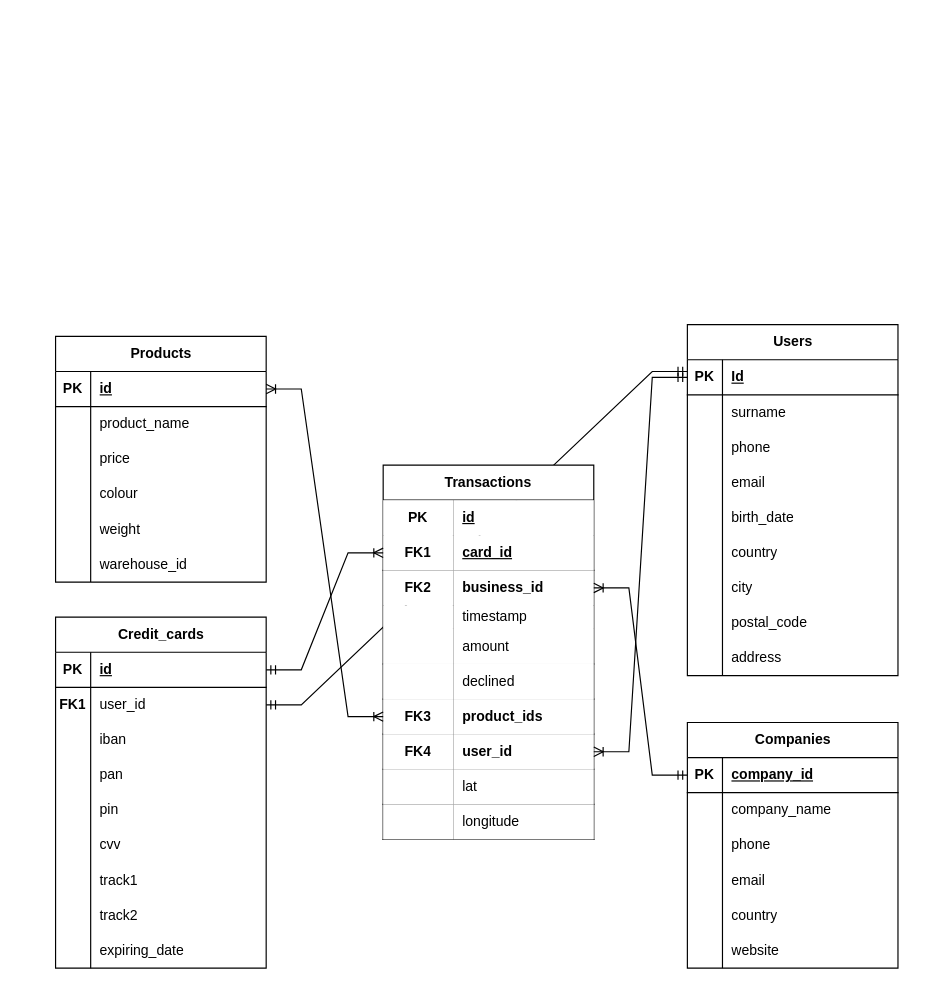
This is Sprint 4_Data Modeling_SQL.drawio from Paulacharui/Sprint-4, a draw.io file, before an edit. Source tidied: cells renumbered, new cells numbered last; positions are measured from the earlier drawing's top-left corner, leaving out a move shared by most shapes. Both pictures are drawn from the tidied source at 117%, with x=0, y=0 at pixel (55, 324).
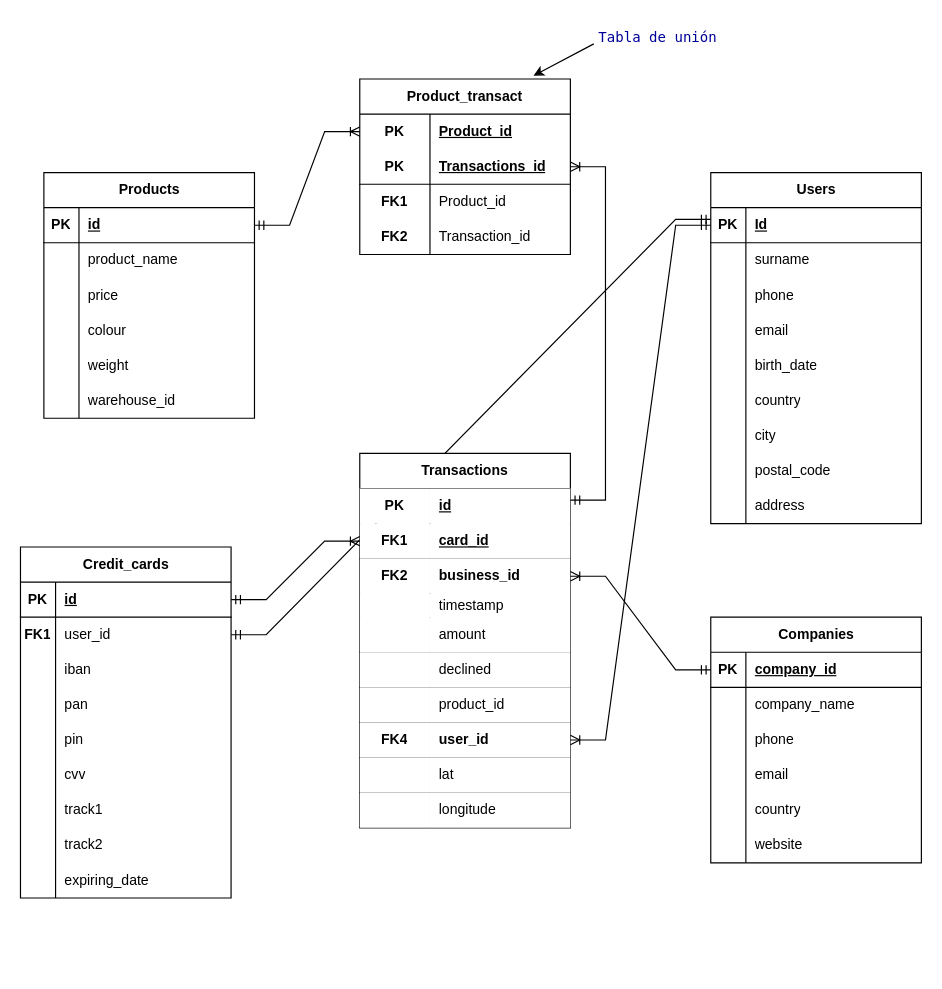
After the change.

Unchanged cells that the change refers to:
```xml
<mxCell id="32" style="shape=tableRow;horizontal=0;startSize=0;swimlaneHead=0;swimlaneBody=0;fillColor=none;points=[[0,0.5],[1,0.5]];portConstraint=eastwest;top=0;left=0;right=0;bottom=1;" parent="31" vertex="1">
  <mxGeometry y="30" width="180" height="30" as="geometry" />
</mxCell>
<mxCell id="116" style="shape=tableRow;horizontal=0;startSize=0;swimlaneHead=0;swimlaneBody=0;fillColor=none;points=[[0,0.5],[1,0.5]];portConstraint=eastwest;top=0;left=0;right=0;bottom=1;html=1;" parent="97" vertex="1">
  <mxGeometry y="200" width="180" height="30" as="geometry" />
</mxCell>
```

The edit, as a diff of the source:
```diff
@@
     <mxCell id="3" value="Users" style="shape=table;startSize=30;childLayout=tableLayout;rowLines=0;fontStyle=1;align=center;html=1;" parent="1" vertex="1">
-      <mxGeometry x="540" width="180" height="300" as="geometry" />
+      <mxGeometry x="560" y="-130" width="180" height="300" as="geometry" />
     </mxCell>
@@
     <mxCell id="31" value="Products" style="shape=table;startSize=30;childLayout=tableLayout;rowLines=0;fontStyle=1;align=center;html=1;" parent="1" vertex="1">
-      <mxGeometry y="10" width="180" height="210" as="geometry" />
+      <mxGeometry x="-10" y="-130" width="180" height="210" as="geometry" />
     </mxCell>
@@
     <mxCell id="50" value="Credit_cards" style="shape=table;startSize=30;childLayout=tableLayout;rowLines=0;fontStyle=1;align=center;html=1;" parent="1" vertex="1">
-      <mxGeometry y="250" width="180" height="300" as="geometry" />
+      <mxGeometry x="-30" y="190" width="180" height="300" as="geometry" />
     </mxCell>
@@
     <mxCell id="78" value="Companies" style="shape=table;startSize=30;childLayout=tableLayout;rowLines=0;fontStyle=1;align=center;html=1;" parent="1" vertex="1">
-      <mxGeometry x="540" y="340" width="180" height="210" as="geometry" />
+      <mxGeometry x="560" y="250" width="180" height="210" as="geometry" />
     </mxCell>
@@
     <mxCell id="97" value="Transactions" style="shape=table;startSize=30;childLayout=tableLayout;rowLines=0;fontStyle=1;align=center;html=1;whiteSpace=wrap;fillStyle=auto;" parent="1" vertex="1">
-      <mxGeometry x="280" y="120" width="180" height="320" as="geometry" />
+      <mxGeometry x="260" y="110" width="180" height="320" as="geometry" />
     </mxCell>
@@
-    <mxCell id="117" value="FK3" style="shape=partialRectangle;top=0;left=0;bottom=0;right=0;fontStyle=1;overflow=hidden;html=1;whiteSpace=wrap;" parent="116" vertex="1">
+    <mxCell id="117" style="shape=partialRectangle;top=0;left=0;bottom=0;right=0;fontStyle=1;overflow=hidden;html=1;whiteSpace=wrap;" parent="116" vertex="1">
       <mxGeometry width="60" height="30" as="geometry" />
     </mxCell>
-    <mxCell id="118" value="product_ids" style="shape=partialRectangle;top=0;left=0;bottom=0;right=0;align=left;spacingLeft=6;fontStyle=1;overflow=hidden;html=1;whiteSpace=wrap;" parent="116" vertex="1">
+    <mxCell id="118" value="&lt;span style=&quot;font-weight: normal;&quot;&gt;product_id&lt;/span&gt;" style="shape=partialRectangle;top=0;left=0;bottom=0;right=0;align=left;spacingLeft=6;fontStyle=1;overflow=hidden;html=1;whiteSpace=wrap;" parent="116" vertex="1">
       <mxGeometry x="60" width="120" height="30" as="geometry" />
     </mxCell>
@@
-    <mxCell id="129" style="edgeStyle=entityRelationEdgeStyle;fontSize=12;html=1;endArrow=ERoneToMany;startArrow=ERoneToMany;rounded=0;exitX=1;exitY=0.5;exitDx=0;exitDy=0;" parent="1" edge="1" source="32" target="116">
+    <mxCell id="129" style="edgeStyle=entityRelationEdgeStyle;fontSize=12;html=1;endArrow=ERoneToMany;startArrow=ERmandOne;rounded=0;exitX=1;exitY=0.5;exitDx=0;exitDy=0;entryX=0;entryY=0.5;entryDx=0;entryDy=0;" parent="1" edge="1" source="32" target="133">
       <mxGeometry relative="1" as="geometry" />
     </mxCell>
@@
+    <mxCell id="132" value="Product_transact" style="shape=table;startSize=30;childLayout=tableLayout;rowLines=0;fontStyle=1;align=center;html=1;whiteSpace=wrap;" parent="1" vertex="1">
+      <mxGeometry x="260" y="-210" width="180" height="150" as="geometry" />
+    </mxCell>
+    <mxCell id="133" style="shape=tableRow;horizontal=0;startSize=0;swimlaneHead=0;swimlaneBody=0;fillColor=none;points=[[0,0.5],[1,0.5]];portConstraint=eastwest;top=0;left=0;right=0;bottom=0;html=1;" parent="132" vertex="1">
+      <mxGeometry y="30" width="180" height="30" as="geometry" />
+    </mxCell>
+    <mxCell id="134" value="PK" style="shape=partialRectangle;fillColor=none;top=0;left=0;bottom=0;right=0;fontStyle=1;overflow=hidden;html=1;whiteSpace=wrap;" parent="133" vertex="1">
+      <mxGeometry width="60" height="30" as="geometry" />
+    </mxCell>
+    <mxCell id="135" value="Product_id" style="shape=partialRectangle;fillColor=none;top=0;left=0;bottom=0;right=0;align=left;spacingLeft=6;fontStyle=5;overflow=hidden;html=1;whiteSpace=wrap;" parent="133" vertex="1">
+      <mxGeometry x="60" width="120" height="30" as="geometry" />
+    </mxCell>
+    <mxCell id="136" style="shape=tableRow;horizontal=0;startSize=0;swimlaneHead=0;swimlaneBody=0;fillColor=none;points=[[0,0.5],[1,0.5]];portConstraint=eastwest;top=0;left=0;right=0;bottom=1;html=1;" parent="132" vertex="1">
+      <mxGeometry y="60" width="180" height="30" as="geometry" />
+    </mxCell>
+    <mxCell id="137" value="PK" style="shape=partialRectangle;fillColor=none;top=0;left=0;bottom=0;right=0;fontStyle=1;overflow=hidden;html=1;whiteSpace=wrap;" parent="136" vertex="1">
+      <mxGeometry width="60" height="30" as="geometry" />
+    </mxCell>
+    <mxCell id="138" value="Transactions_id" style="shape=partialRectangle;fillColor=none;top=0;left=0;bottom=0;right=0;align=left;spacingLeft=6;fontStyle=5;overflow=hidden;html=1;whiteSpace=wrap;" parent="136" vertex="1">
+      <mxGeometry x="60" width="120" height="30" as="geometry" />
+    </mxCell>
+    <mxCell id="139" style="shape=tableRow;horizontal=0;startSize=0;swimlaneHead=0;swimlaneBody=0;fillColor=none;top=0;left=0;right=0;bottom=0;html=1;" parent="132" vertex="1">
+      <mxGeometry y="90" width="180" height="30" as="geometry" />
+    </mxCell>
+    <mxCell id="140" style="shape=partialRectangle;fillColor=none;top=0;left=0;bottom=0;right=0;overflow=hidden;html=1;whiteSpace=wrap;" parent="139" vertex="1">
+      <mxGeometry width="60" height="30" as="geometry" />
+    </mxCell>
+    <mxCell id="141" value="Product_id" style="shape=partialRectangle;fillColor=none;top=0;left=0;bottom=0;right=0;align=left;spacingLeft=6;overflow=hidden;html=1;whiteSpace=wrap;" parent="139" vertex="1">
+      <mxGeometry x="60" width="120" height="30" as="geometry" />
+    </mxCell>
+    <mxCell id="142" style="shape=tableRow;horizontal=0;startSize=0;swimlaneHead=0;swimlaneBody=0;fillColor=none;top=0;left=0;right=0;bottom=0;html=1;" parent="132" vertex="1">
+      <mxGeometry y="120" width="180" height="30" as="geometry" />
+    </mxCell>
+    <mxCell id="143" style="shape=partialRectangle;fillColor=none;top=0;left=0;bottom=0;right=0;overflow=hidden;html=1;whiteSpace=wrap;" parent="142" vertex="1">
+      <mxGeometry width="60" height="30" as="geometry" />
+    </mxCell>
+    <mxCell id="144" value="Transaction_id" style="shape=partialRectangle;fillColor=none;top=0;left=0;bottom=0;right=0;align=left;spacingLeft=6;overflow=hidden;html=1;whiteSpace=wrap;" parent="142" vertex="1">
+      <mxGeometry x="60" width="120" height="30" as="geometry" />
+    </mxCell>
+    <mxCell id="145" value="FK1" style="shape=partialRectangle;fillColor=none;top=0;left=0;bottom=0;right=0;fontStyle=1;overflow=hidden;html=1;whiteSpace=wrap;" parent="1" vertex="1">
+      <mxGeometry x="260" y="-120" width="60" height="30" as="geometry" />
+    </mxCell>
+    <mxCell id="146" value="FK2" style="shape=partialRectangle;fillColor=none;top=0;left=0;bottom=0;right=0;fontStyle=1;overflow=hidden;html=1;whiteSpace=wrap;" parent="1" vertex="1">
+      <mxGeometry x="260" y="-90" width="60" height="30" as="geometry" />
+    </mxCell>
+    <mxCell id="147" style="edgeStyle=entityRelationEdgeStyle;fontSize=12;html=1;endArrow=ERoneToMany;startArrow=ERmandOne;rounded=0;" parent="1" edge="1" target="136">
+      <mxGeometry relative="1" as="geometry">
+        <mxPoint x="440" y="150" as="sourcePoint" />
+        <Array as="points">
+          <mxPoint x="570" y="145" />
+          <mxPoint x="440" y="100" />
+          <mxPoint x="530" y="145" />
+          <mxPoint x="500" y="110" />
+          <mxPoint x="490" y="10" />
+          <mxPoint x="500" y="10" />
+        </Array>
+      </mxGeometry>
+    </mxCell>
+    <mxCell id="148" value="&lt;font face=&quot;Lucida Console&quot;&gt;Tabla de unión&lt;/font&gt;" style="text;html=1;align=center;verticalAlign=middle;whiteSpace=wrap;rounded=0;fontColor=#000099;" parent="1" vertex="1">
+      <mxGeometry x="460" y="-260" width="110" height="30" as="geometry" />
+    </mxCell>
+    <mxCell id="149" style="endArrow=classic;html=1;rounded=0;entryX=0.825;entryY=-0.019;entryDx=0;entryDy=0;entryPerimeter=0;fontColor=#000099;" parent="1" edge="1" target="132">
+      <mxGeometry relative="1" as="geometry">
+        <mxPoint x="460" y="-240" as="sourcePoint" />
+      </mxGeometry>
+    </mxCell>
```
